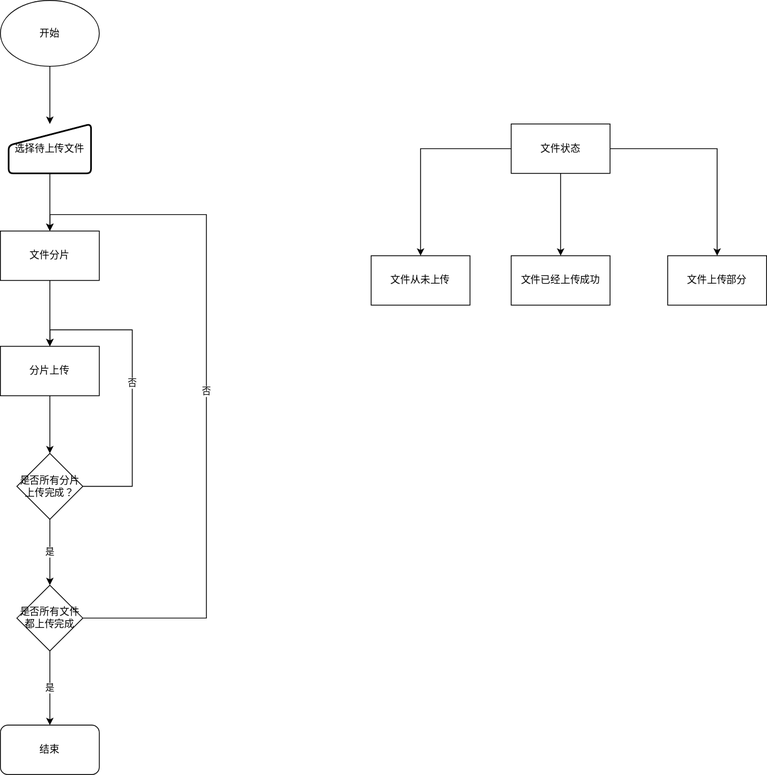
Above: goudong-file-server/README.assets/文件分片上传.svg in GitHubFeiLong/goudong-java (draw.io), before the change. Source tidied: cells renumbered, new cells last; positions are measured from the earlier drawing's top-left corner, leaving out a move shared by most shapes.
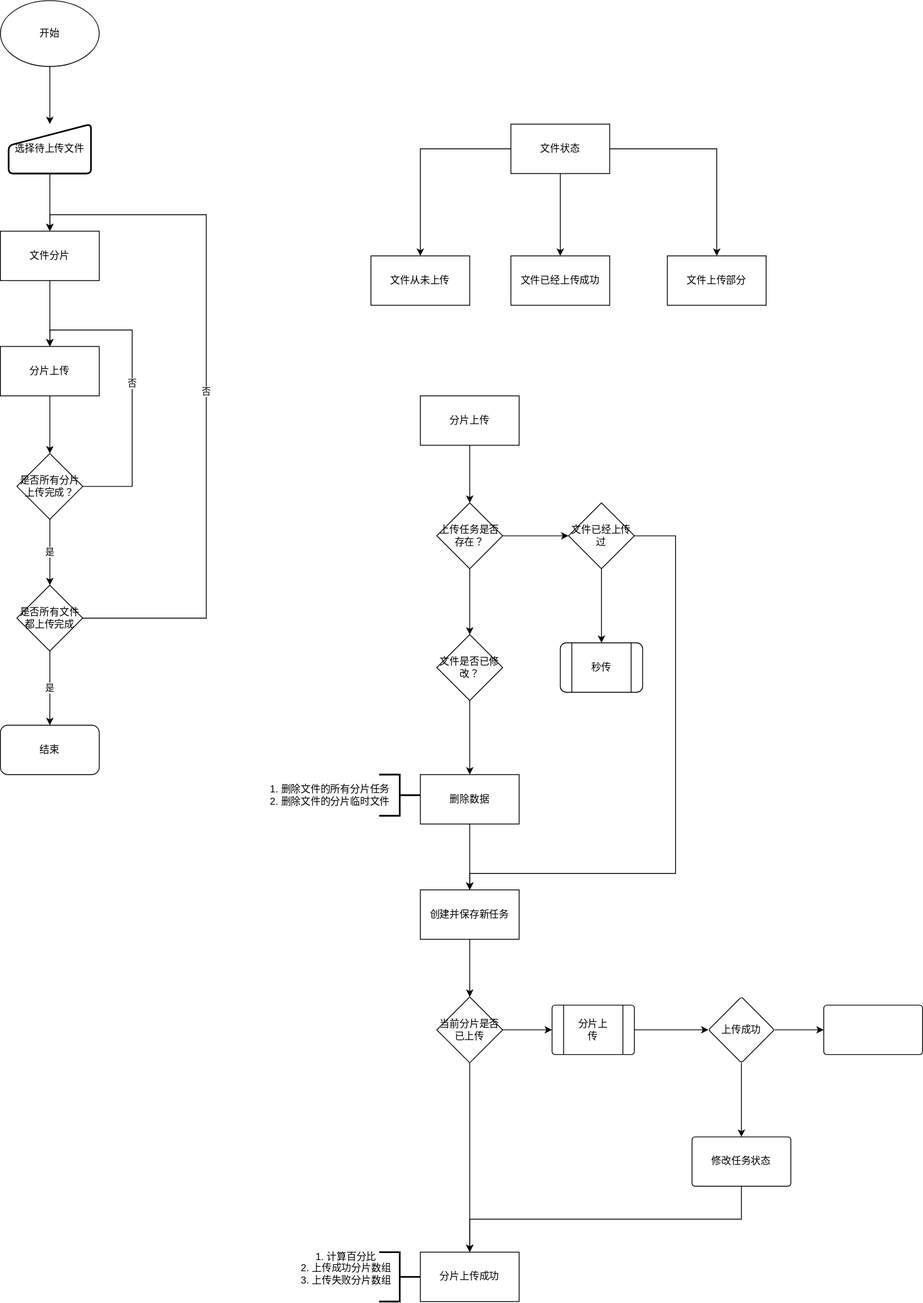
The same diagram one commit later.

What changed in the source:
```diff
@@ -82,5 +82,121 @@
     <mxCell id="23" value="文件已经上传成功" style="rounded=0;whiteSpace=wrap;html=1;" parent="1" vertex="1">
       <mxGeometry x="620" y="310" width="120" height="60" as="geometry" />
     </mxCell>
+    <mxCell id="24" style="edgeStyle=orthogonalEdgeStyle;rounded=0;jettySize=auto;html=1;" parent="1" edge="1" source="25" target="28">
+      <mxGeometry relative="1" as="geometry" />
+    </mxCell>
+    <mxCell id="25" value="分片上传" style="rounded=0;whiteSpace=wrap;html=1;" parent="1" vertex="1">
+      <mxGeometry x="510" y="480" width="120" height="60" as="geometry" />
+    </mxCell>
+    <mxCell id="26" style="edgeStyle=orthogonalEdgeStyle;rounded=0;jettySize=auto;html=1;" parent="1" edge="1" source="28" target="30">
+      <mxGeometry relative="1" as="geometry" />
+    </mxCell>
+    <mxCell id="27" style="edgeStyle=orthogonalEdgeStyle;rounded=0;jettySize=auto;html=1;" parent="1" edge="1" source="28" target="33">
+      <mxGeometry relative="1" as="geometry" />
+    </mxCell>
+    <mxCell id="28" value="上传任务是否存在？" style="rhombus;whiteSpace=wrap;html=1;rounded=0;" parent="1" vertex="1">
+      <mxGeometry x="530" y="610" width="80" height="80" as="geometry" />
+    </mxCell>
+    <mxCell id="29" style="edgeStyle=orthogonalEdgeStyle;rounded=0;jettySize=auto;html=1;" parent="1" edge="1" source="30" target="38">
+      <mxGeometry relative="1" as="geometry" />
+    </mxCell>
+    <mxCell id="30" value="文件是否已修改？" style="rhombus;whiteSpace=wrap;html=1;rounded=0;" parent="1" vertex="1">
+      <mxGeometry x="530" y="770" width="80" height="80" as="geometry" />
+    </mxCell>
+    <mxCell id="31" style="edgeStyle=orthogonalEdgeStyle;rounded=0;jettySize=auto;html=1;entryX=0.5;entryY=0;entryDx=0;entryDy=0;entryPerimeter=0;" parent="1" edge="1" source="33" target="35">
+      <mxGeometry relative="1" as="geometry" />
+    </mxCell>
+    <mxCell id="32" style="edgeStyle=orthogonalEdgeStyle;rounded=0;jettySize=auto;html=1;entryX=0.5;entryY=0;entryDx=0;entryDy=0;" parent="1" edge="1" source="33" target="42">
+      <mxGeometry relative="1" as="geometry">
+        <Array as="points">
+          <mxPoint x="820" y="650" />
+          <mxPoint x="820" y="1060" />
+          <mxPoint x="570" y="1060" />
+        </Array>
+      </mxGeometry>
+    </mxCell>
+    <mxCell id="33" value="文件已经上传过" style="rhombus;whiteSpace=wrap;html=1;rounded=0;" parent="1" vertex="1">
+      <mxGeometry x="690" y="610" width="80" height="80" as="geometry" />
+    </mxCell>
+    <mxCell id="34" style="group;" parent="1" vertex="1">
+      <mxGeometry x="680" y="780" width="100" height="60" as="geometry" />
+    </mxCell>
+    <mxCell id="35" style="verticalLabelPosition=bottom;verticalAlign=top;html=1;shape=process;whiteSpace=wrap;rounded=1;size=0.14;arcSize=12;" parent="34" vertex="1">
+      <mxGeometry width="100" height="60" as="geometry" />
+    </mxCell>
+    <mxCell id="36" value="秒传" style="text;html=1;strokeColor=none;fillColor=none;align=center;verticalAlign=middle;whiteSpace=wrap;rounded=0;" parent="34" vertex="1">
+      <mxGeometry x="30" y="20" width="40" height="20" as="geometry" />
+    </mxCell>
+    <mxCell id="37" style="edgeStyle=orthogonalEdgeStyle;rounded=0;jettySize=auto;html=1;entryX=0.5;entryY=0;entryDx=0;entryDy=0;" parent="1" edge="1" source="38" target="42">
+      <mxGeometry relative="1" as="geometry" />
+    </mxCell>
+    <mxCell id="38" value="删除数据" style="whiteSpace=wrap;html=1;rounded=0;" parent="1" vertex="1">
+      <mxGeometry x="510" y="940" width="120" height="60" as="geometry" />
+    </mxCell>
+    <mxCell id="39" style="strokeWidth=2;html=1;shape=mxgraph.flowchart.annotation_2;align=left;labelPosition=right;direction=west;" parent="1" vertex="1">
+      <mxGeometry x="460" y="940" width="50" height="50" as="geometry" />
+    </mxCell>
+    <mxCell id="40" value="1. 删除文件的所有分片任务&lt;br&gt;2. 删除文件的分片临时文件&lt;br&gt;" style="text;html=1;align=center;verticalAlign=middle;" parent="1" vertex="1">
+      <mxGeometry x="320" y="950" width="160" height="30" as="geometry" />
+    </mxCell>
+    <mxCell id="41" style="edgeStyle=orthogonalEdgeStyle;rounded=0;jettySize=auto;html=1;" parent="1" edge="1" source="42" target="45">
+      <mxGeometry relative="1" as="geometry" />
+    </mxCell>
+    <mxCell id="42" value="创建并保存新任务" style="whiteSpace=wrap;html=1;rounded=0;" parent="1" vertex="1">
+      <mxGeometry x="510" y="1080" width="120" height="60" as="geometry" />
+    </mxCell>
+    <mxCell id="43" style="edgeStyle=orthogonalEdgeStyle;rounded=0;jettySize=auto;html=1;" parent="1" edge="1" source="45" target="46">
+      <mxGeometry relative="1" as="geometry" />
+    </mxCell>
+    <mxCell id="44" style="edgeStyle=orthogonalEdgeStyle;rounded=0;jettySize=auto;html=1;entryX=0;entryY=0.5;entryDx=0;entryDy=0;" parent="1" edge="1" source="45" target="50">
+      <mxGeometry relative="1" as="geometry" />
+    </mxCell>
+    <mxCell id="45" value="当前分片是否已上传" style="rhombus;whiteSpace=wrap;html=1;rounded=0;" parent="1" vertex="1">
+      <mxGeometry x="530" y="1210" width="80" height="80" as="geometry" />
+    </mxCell>
+    <mxCell id="46" value="分片上传成功" style="whiteSpace=wrap;html=1;rounded=0;" parent="1" vertex="1">
+      <mxGeometry x="510" y="1520" width="120" height="60" as="geometry" />
+    </mxCell>
+    <mxCell id="47" style="strokeWidth=2;html=1;shape=mxgraph.flowchart.annotation_2;align=left;labelPosition=right;direction=west;" parent="1" vertex="1">
+      <mxGeometry x="460" y="1520" width="50" height="60" as="geometry" />
+    </mxCell>
+    <mxCell id="48" value="1. 计算百分比&lt;br&gt;2. 上传成功分片数组&lt;br&gt;3. 上传失败分片数组" style="text;html=1;strokeColor=none;fillColor=none;align=center;verticalAlign=middle;whiteSpace=wrap;rounded=0;" parent="1" vertex="1">
+      <mxGeometry x="350" y="1530" width="140" height="20" as="geometry" />
+    </mxCell>
+    <mxCell id="49" style="group;" parent="1" vertex="1">
+      <mxGeometry x="670" y="1220" width="100" height="60" as="geometry" />
+    </mxCell>
+    <mxCell id="50" value="&lt;p style=&quot;line-height: 0%&quot;&gt;&lt;br&gt;&lt;/p&gt;" style="verticalLabelPosition=bottom;verticalAlign=middle;html=1;shape=process;whiteSpace=wrap;rounded=1;size=0.14;arcSize=6;horizontal=0;align=center;" parent="49" vertex="1">
+      <mxGeometry width="100" height="60" as="geometry" />
+    </mxCell>
+    <mxCell id="51" value="分片上传" style="text;html=1;strokeColor=none;fillColor=none;align=center;verticalAlign=middle;whiteSpace=wrap;rounded=0;" parent="49" vertex="1">
+      <mxGeometry x="30" y="20" width="40" height="20" as="geometry" />
+    </mxCell>
+    <mxCell id="52" style="edgeStyle=orthogonalEdgeStyle;rounded=0;jettySize=auto;html=1;" parent="1" edge="1" source="54" target="57">
+      <mxGeometry relative="1" as="geometry" />
+    </mxCell>
+    <mxCell id="53" style="edgeStyle=orthogonalEdgeStyle;rounded=0;jettySize=auto;html=1;" parent="1" edge="1" source="54" target="58">
+      <mxGeometry relative="1" as="geometry" />
+    </mxCell>
+    <mxCell id="54" value="上传成功" style="rhombus;whiteSpace=wrap;html=1;rounded=1;arcSize=6;" parent="1" vertex="1">
+      <mxGeometry x="860" y="1210" width="80" height="80" as="geometry" />
+    </mxCell>
+    <mxCell id="55" style="edgeStyle=orthogonalEdgeStyle;rounded=0;jettySize=auto;html=1;" parent="1" edge="1" source="50" target="54">
+      <mxGeometry relative="1" as="geometry" />
+    </mxCell>
+    <mxCell id="56" style="edgeStyle=orthogonalEdgeStyle;rounded=0;jettySize=auto;html=1;entryX=0.5;entryY=0;entryDx=0;entryDy=0;" parent="1" edge="1" source="57" target="46">
+      <mxGeometry relative="1" as="geometry">
+        <Array as="points">
+          <mxPoint x="900" y="1480" />
+          <mxPoint x="570" y="1480" />
+        </Array>
+      </mxGeometry>
+    </mxCell>
+    <mxCell id="57" value="修改任务状态" style="whiteSpace=wrap;html=1;rounded=1;arcSize=6;" parent="1" vertex="1">
+      <mxGeometry x="840" y="1380" width="120" height="60" as="geometry" />
+    </mxCell>
+    <mxCell id="58" style="whiteSpace=wrap;html=1;rounded=1;arcSize=6;" parent="1" vertex="1">
+      <mxGeometry x="1000" y="1220" width="120" height="60" as="geometry" />
+    </mxCell>
   </root>
 </mxGraphModel>
```
